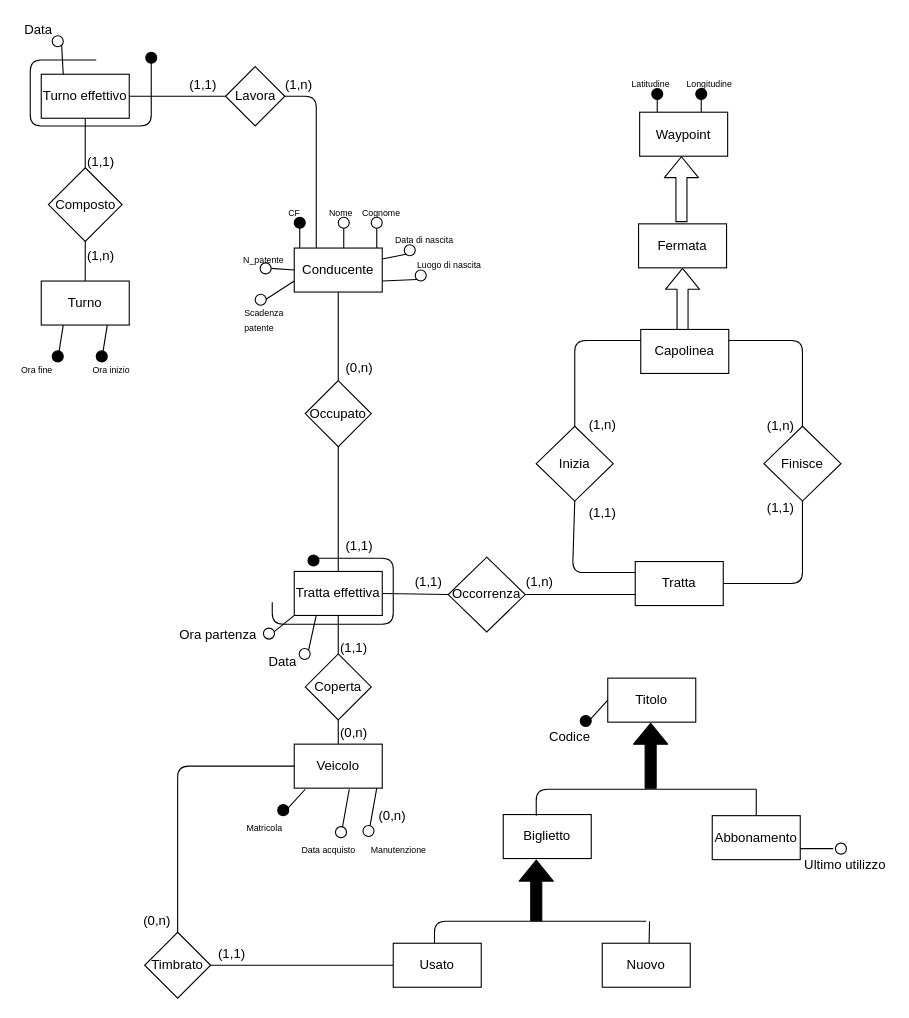
Before: ER ristrutturato.drawio in Ivan-Palm/Progetto-Basi-di-Dati, a draw.io diagram. Source tidied: cells renumbered, new cells numbered last; positions are measured from the earlier drawing's top-left corner, leaving out a move shared by most shapes. Both pictures are drawn from the tidied source at 110%, with x=0, y=0 at pixel (19, 19).
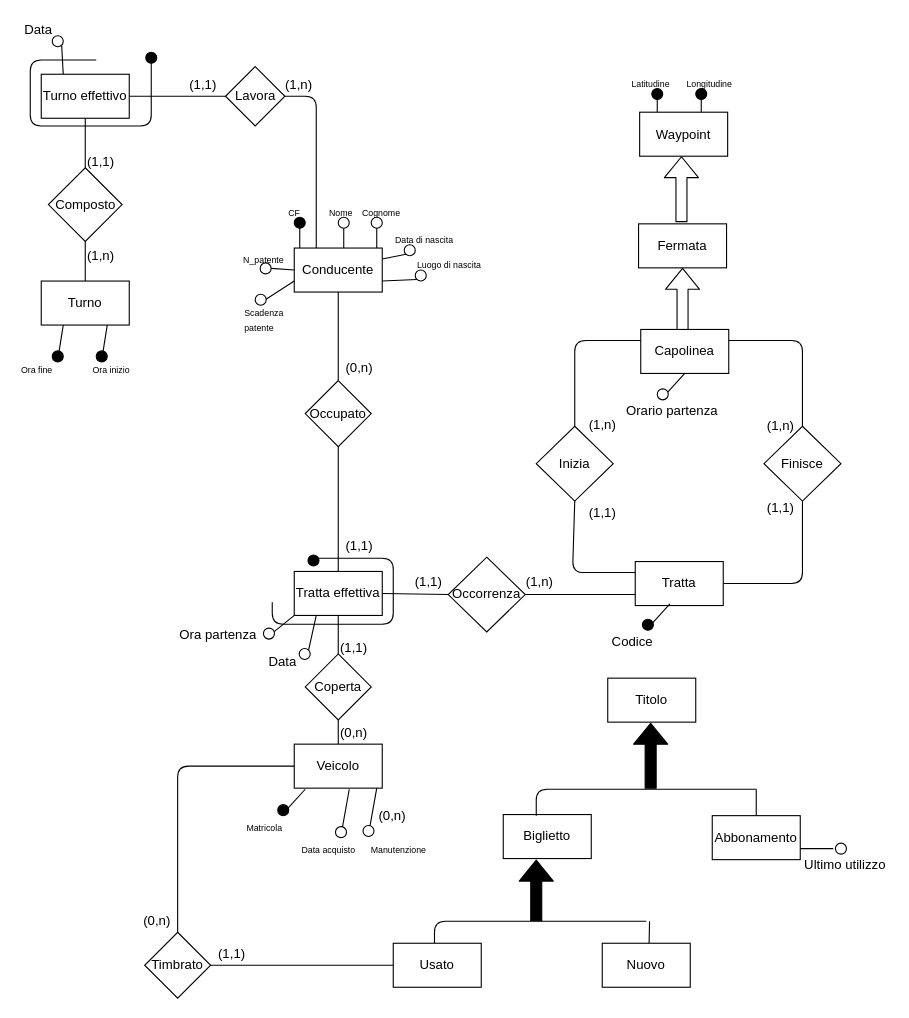
The same diagram, later.

What changed in the source:
```diff
@@
     <mxCell id="123" style="endArrow=none;html=1;fillColor=#000000;exitX=0.125;exitY=1.025;exitDx=0;exitDy=0;exitPerimeter=0;" parent="1" edge="1">
       <mxGeometry relative="1" as="geometry">
-        <mxPoint x="535" y="619" as="sourcePoint" />
-        <mxPoint x="515" y="641" as="targetPoint" />
+        <mxPoint x="591.5" y="531.5" as="sourcePoint" />
+        <mxPoint x="571.5" y="553.5" as="targetPoint" />
       </mxGeometry>
     </mxCell>
     <mxCell id="124" value="Codice" style="text;html=1;align=left;verticalAlign=top;spacingTop=-4;" parent="1" vertex="1">
-      <mxGeometry x="480" y="643" width="50" height="20" as="geometry" />
+      <mxGeometry x="536.5" y="555.5" width="50" height="20" as="geometry" />
     </mxCell>
     <mxCell id="125" style="ellipse;whiteSpace=wrap;html=1;fillColor=#000000;" parent="1" vertex="1">
-      <mxGeometry x="510" y="633" width="10" height="10" as="geometry" />
+      <mxGeometry x="566.5" y="545.5" width="10" height="10" as="geometry" />
     </mxCell>
+    <mxCell id="126" style="endArrow=none;html=1;fillColor=#000000;exitX=0.125;exitY=1.025;exitDx=0;exitDy=0;exitPerimeter=0;" parent="1" edge="1">
+      <mxGeometry relative="1" as="geometry">
+        <mxPoint x="605" y="322" as="sourcePoint" />
+        <mxPoint x="585" y="344" as="targetPoint" />
+      </mxGeometry>
+    </mxCell>
+    <mxCell id="127" value="Orario partenza" style="text;html=1;align=left;verticalAlign=top;spacingTop=-4;" parent="1" vertex="1">
+      <mxGeometry x="550" y="346" width="100" height="20" as="geometry" />
+    </mxCell>
+    <mxCell id="128" style="ellipse;whiteSpace=wrap;html=1;fillColor=#FFFFFF;" parent="1" vertex="1">
+      <mxGeometry x="580" y="336" width="10" height="10" as="geometry" />
+    </mxCell>
```
